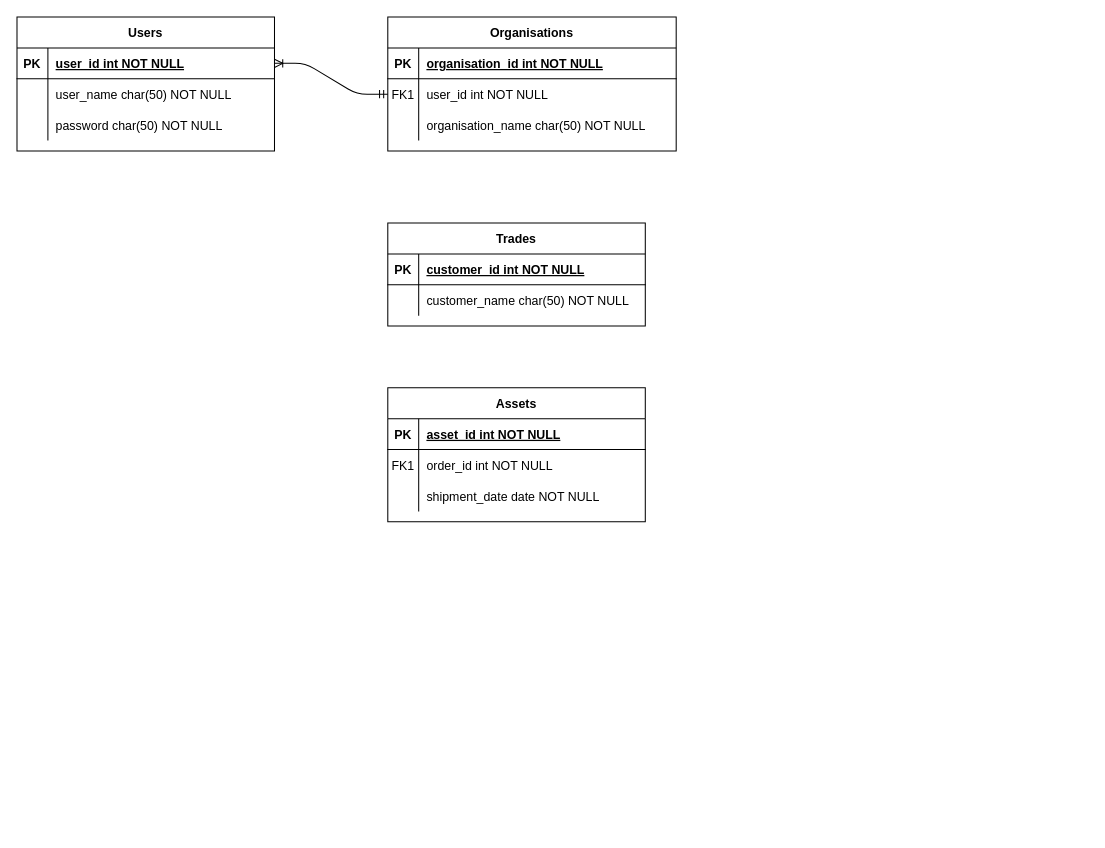
Before: DatabaseDiagram.drawio in Coppertine/CAB302-Assignment, a draw.io diagram. Source tidied: cells renumbered, new cells numbered last; positions are measured from the earlier drawing's top-left corner, leaving out a move shared by most shapes. Both pictures are drawn from the tidied source at 103%, with x=0, y=0 at pixel (16, 16).
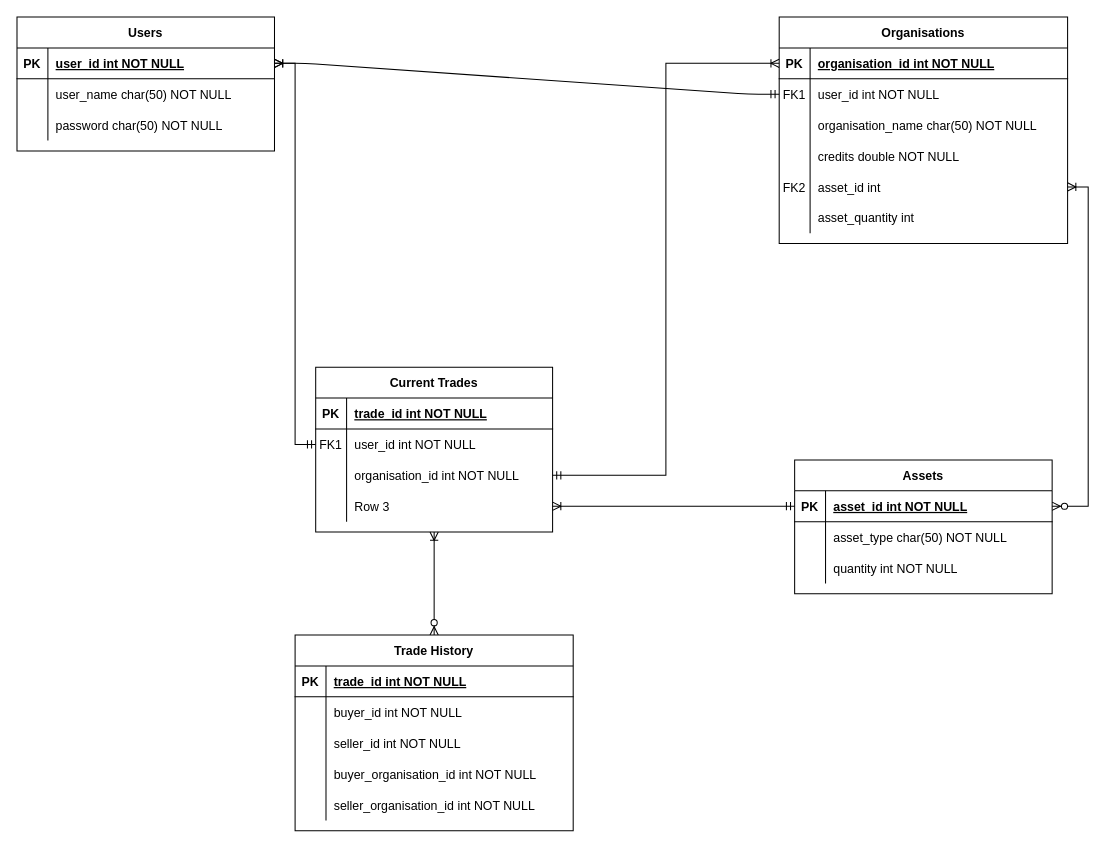
The same diagram, later.

The change refers to these unchanged cells:
```xml
<mxCell id="4" style="shape=partialRectangle;fillColor=none;points=[[0,0.5],[1,0.5]];portConstraint=eastwest;top=0;left=0;right=0;bottom=1;" parent="3" vertex="1">
  <mxGeometry y="30" width="280" height="30" as="geometry" />
</mxCell>
<mxCell id="14" style="shape=partialRectangle;fillColor=none;points=[[0,0.5],[1,0.5]];portConstraint=eastwest;top=0;left=0;right=0;bottom=1;" parent="13" vertex="1">
  <mxGeometry y="30" width="250" height="30" as="geometry" />
</mxCell>
<mxCell id="17" style="shape=partialRectangle;fillColor=none;top=0;left=0;right=0;bottom=0;" parent="13" vertex="1">
  <mxGeometry y="60" width="250" height="30" as="geometry" />
</mxCell>
<mxCell id="20" style="shape=partialRectangle;fillColor=none;top=0;left=0;right=0;bottom=0;" parent="13" vertex="1">
  <mxGeometry y="90" width="250" height="30" as="geometry" />
</mxCell>
<mxCell id="24" style="shape=partialRectangle;fillColor=none;points=[[0,0.5],[1,0.5]];portConstraint=eastwest;top=0;left=0;right=0;bottom=1;" parent="23" vertex="1">
  <mxGeometry y="30" width="250" height="30" as="geometry" />
</mxCell>
```

Change to the diagram source:
```diff
@@
     <mxCell id="3" value="Organisations" style="shape=table;startSize=30;childLayout=tableLayout;rowLines=0;fontStyle=1;align=center;" parent="1" vertex="1">
-      <mxGeometry x="360" width="280" height="130" as="geometry" />
+      <mxGeometry x="740" width="280" height="220" as="geometry" />
     </mxCell>
@@
+    <mxCell id="40" style="shape=partialRectangle;fillColor=none;top=0;left=0;right=0;bottom=0;" parent="3" vertex="1">
+      <mxGeometry y="120" width="280" height="30" as="geometry" />
+    </mxCell>
+    <mxCell id="41" style="shape=partialRectangle;overflow=hidden;fillColor=none;top=0;left=0;bottom=0;right=0;" parent="40" vertex="1">
+      <mxGeometry width="30" height="30" as="geometry" />
+    </mxCell>
+    <mxCell id="42" value="credits double NOT NULL" style="shape=partialRectangle;overflow=hidden;fillColor=none;top=0;left=0;bottom=0;right=0;align=left;spacingLeft=6;" parent="40" vertex="1">
+      <mxGeometry x="30" width="250" height="30" as="geometry" />
+    </mxCell>
+    <mxCell id="43" style="shape=partialRectangle;fillColor=none;points=[[0,0.5],[1,0.5]];portConstraint=eastwest;top=0;left=0;right=0;bottom=0;" parent="3" vertex="1">
+      <mxGeometry y="150" width="280" height="30" as="geometry" />
+    </mxCell>
+    <mxCell id="44" value="FK2" style="shape=partialRectangle;overflow=hidden;fillColor=none;top=0;left=0;bottom=0;right=0;" parent="43" vertex="1">
+      <mxGeometry width="30" height="30" as="geometry" />
+    </mxCell>
+    <mxCell id="45" value="asset_id int" style="shape=partialRectangle;overflow=hidden;fillColor=none;top=0;left=0;bottom=0;right=0;align=left;spacingLeft=6;" parent="43" vertex="1">
+      <mxGeometry x="30" width="250" height="30" as="geometry" />
+    </mxCell>
+    <mxCell id="46" style="shape=partialRectangle;fillColor=none;top=0;left=0;right=0;bottom=0;" parent="3" vertex="1">
+      <mxGeometry y="180" width="280" height="30" as="geometry" />
+    </mxCell>
+    <mxCell id="47" style="shape=partialRectangle;overflow=hidden;fillColor=none;top=0;left=0;bottom=0;right=0;" parent="46" vertex="1">
+      <mxGeometry width="30" height="30" as="geometry" />
+    </mxCell>
+    <mxCell id="48" value="asset_quantity int" style="shape=partialRectangle;overflow=hidden;fillColor=none;top=0;left=0;bottom=0;right=0;align=left;spacingLeft=6;" parent="46" vertex="1">
+      <mxGeometry x="30" width="250" height="30" as="geometry" />
+    </mxCell>
     <mxCell id="13" value="Assets" style="shape=table;startSize=30;childLayout=tableLayout;rowLines=0;fontStyle=1;align=center;" parent="1" vertex="1">
-      <mxGeometry x="360" y="360" width="250" height="130" as="geometry" />
+      <mxGeometry x="755" y="430" width="250" height="130" as="geometry" />
     </mxCell>
@@
-    <mxCell id="18" value="FK1" style="shape=partialRectangle;overflow=hidden;fillColor=none;top=0;left=0;bottom=0;right=0;" parent="17" vertex="1">
+    <mxCell id="18" style="shape=partialRectangle;overflow=hidden;fillColor=none;top=0;left=0;bottom=0;right=0;" parent="17" vertex="1">
       <mxGeometry width="30" height="30" as="geometry" />
     </mxCell>
-    <mxCell id="19" value="order_id int NOT NULL" style="shape=partialRectangle;overflow=hidden;fillColor=none;top=0;left=0;bottom=0;right=0;align=left;spacingLeft=6;" parent="17" vertex="1">
+    <mxCell id="19" value="asset_type char(50) NOT NULL" style="shape=partialRectangle;overflow=hidden;fillColor=none;top=0;left=0;bottom=0;right=0;align=left;spacingLeft=6;" parent="17" vertex="1">
       <mxGeometry x="30" width="220" height="30" as="geometry" />
     </mxCell>
@@
-    <mxCell id="22" value="shipment_date date NOT NULL" style="shape=partialRectangle;overflow=hidden;fillColor=none;top=0;left=0;bottom=0;right=0;align=left;spacingLeft=6;" parent="20" vertex="1">
+    <mxCell id="22" value="quantity int NOT NULL" style="shape=partialRectangle;overflow=hidden;fillColor=none;top=0;left=0;bottom=0;right=0;align=left;spacingLeft=6;" parent="20" vertex="1">
       <mxGeometry x="30" width="220" height="30" as="geometry" />
     </mxCell>
@@
-    <mxCell id="33" value="Trades" style="shape=table;startSize=30;childLayout=tableLayout;rowLines=0;fontStyle=1;align=center;" parent="1" vertex="1">
-      <mxGeometry x="360" y="200" width="250" height="100" as="geometry" />
-    </mxCell>
-    <mxCell id="34" style="shape=partialRectangle;fillColor=none;top=0;left=0;right=0;bottom=1;" parent="33" vertex="1">
-      <mxGeometry y="30" width="250" height="30" as="geometry" />
-    </mxCell>
-    <mxCell id="35" value="PK" style="shape=partialRectangle;overflow=hidden;fillColor=none;top=0;left=0;bottom=0;right=0;fontStyle=1;" parent="34" vertex="1">
-      <mxGeometry width="30" height="30" as="geometry" />
-    </mxCell>
-    <mxCell id="36" value="customer_id int NOT NULL " style="shape=partialRectangle;overflow=hidden;fillColor=none;top=0;left=0;bottom=0;right=0;align=left;spacingLeft=6;fontStyle=5;" parent="34" vertex="1">
-      <mxGeometry x="30" width="220" height="30" as="geometry" />
-    </mxCell>
-    <mxCell id="37" style="shape=partialRectangle;fillColor=none;top=0;left=0;right=0;bottom=0;" parent="33" vertex="1">
-      <mxGeometry y="60" width="250" height="30" as="geometry" />
-    </mxCell>
-    <mxCell id="38" style="shape=partialRectangle;overflow=hidden;fillColor=none;top=0;left=0;bottom=0;right=0;" parent="37" vertex="1">
-      <mxGeometry width="30" height="30" as="geometry" />
-    </mxCell>
-    <mxCell id="39" value="customer_name char(50) NOT NULL" style="shape=partialRectangle;overflow=hidden;fillColor=none;top=0;left=0;bottom=0;right=0;align=left;spacingLeft=6;" parent="37" vertex="1">
-      <mxGeometry x="30" width="220" height="30" as="geometry" />
-    </mxCell>
+    <mxCell id="49" style="edgeStyle=orthogonalEdgeStyle;rounded=0;jettySize=auto;html=1;entryX=0;entryY=0.5;entryDx=0;entryDy=0;startArrow=ERoneToMany;startFill=0;endArrow=ERmandOne;endFill=0;exitX=1;exitY=0.5;exitDx=0;exitDy=0;" parent="1" edge="1" source="62" target="14">
+      <mxGeometry relative="1" as="geometry" />
+    </mxCell>
+    <mxCell id="50" style="edgeStyle=orthogonalEdgeStyle;rounded=0;jettySize=auto;html=1;entryX=0;entryY=0.5;entryDx=0;entryDy=0;startArrow=ERoneToMany;startFill=0;endArrow=ERmandOne;endFill=0;" parent="1" edge="1" source="24" target="56">
+      <mxGeometry relative="1" as="geometry" />
+    </mxCell>
+    <mxCell id="51" style="edgeStyle=orthogonalEdgeStyle;rounded=0;jettySize=auto;html=1;exitX=0.5;exitY=1;exitDx=0;exitDy=0;entryX=0.5;entryY=0;entryDx=0;entryDy=0;startArrow=ERoneToMany;startFill=0;endArrow=ERzeroToMany;endFill=1;" parent="1" edge="1" source="52" target="66">
+      <mxGeometry relative="1" as="geometry" />
+    </mxCell>
+    <mxCell id="52" value="Current Trades" style="shape=table;startSize=30;childLayout=tableLayout;rowLines=0;fontStyle=1;align=center;" parent="1" vertex="1">
+      <mxGeometry x="290" y="340" width="230" height="160" as="geometry" />
+    </mxCell>
+    <mxCell id="53" style="shape=partialRectangle;fillColor=none;top=0;left=0;bottom=1;right=0;" parent="52" vertex="1">
+      <mxGeometry y="30" width="230" height="30" as="geometry" />
+    </mxCell>
+    <mxCell id="54" value="PK" style="shape=partialRectangle;fillColor=none;top=0;left=0;bottom=0;right=0;fontStyle=1;overflow=hidden;" parent="53" vertex="1">
+      <mxGeometry width="30" height="30" as="geometry" />
+    </mxCell>
+    <mxCell id="55" value="trade_id int NOT NULL" style="shape=partialRectangle;fillColor=none;top=0;left=0;bottom=0;right=0;align=left;spacingLeft=6;fontStyle=5;overflow=hidden;" parent="53" vertex="1">
+      <mxGeometry x="30" width="200" height="30" as="geometry" />
+    </mxCell>
+    <mxCell id="56" style="shape=partialRectangle;fillColor=none;top=0;left=0;bottom=0;right=0;points=[[0,0.5],[1,0.5]];portConstraint=eastwest;" parent="52" vertex="1">
+      <mxGeometry y="60" width="230" height="30" as="geometry" />
+    </mxCell>
+    <mxCell id="57" value="FK1" style="shape=partialRectangle;fillColor=none;top=0;left=0;bottom=0;right=0;overflow=hidden;" parent="56" vertex="1">
+      <mxGeometry width="30" height="30" as="geometry" />
+    </mxCell>
+    <mxCell id="58" value="user_id int NOT NULL" style="shape=partialRectangle;fillColor=none;top=0;left=0;bottom=0;right=0;align=left;spacingLeft=6;overflow=hidden;" parent="56" vertex="1">
+      <mxGeometry x="30" width="200" height="30" as="geometry" />
+    </mxCell>
+    <mxCell id="59" style="shape=partialRectangle;fillColor=none;top=0;left=0;bottom=0;right=0;points=[[0,0.5],[1,0.5]];portConstraint=eastwest;" parent="52" vertex="1">
+      <mxGeometry y="90" width="230" height="30" as="geometry" />
+    </mxCell>
+    <mxCell id="60" style="shape=partialRectangle;fillColor=none;top=0;left=0;bottom=0;right=0;overflow=hidden;" parent="59" vertex="1">
+      <mxGeometry width="30" height="30" as="geometry" />
+    </mxCell>
+    <mxCell id="61" value="organisation_id int NOT NULL" style="shape=partialRectangle;fillColor=none;top=0;left=0;bottom=0;right=0;align=left;spacingLeft=6;overflow=hidden;" parent="59" vertex="1">
+      <mxGeometry x="30" width="200" height="30" as="geometry" />
+    </mxCell>
+    <mxCell id="62" style="shape=partialRectangle;fillColor=none;top=0;left=0;bottom=0;right=0;points=[[0,0.5],[1,0.5]];portConstraint=eastwest;" parent="52" vertex="1">
+      <mxGeometry y="120" width="230" height="30" as="geometry" />
+    </mxCell>
+    <mxCell id="63" style="shape=partialRectangle;fillColor=none;top=0;left=0;bottom=0;right=0;overflow=hidden;" parent="62" vertex="1">
+      <mxGeometry width="30" height="30" as="geometry" />
+    </mxCell>
+    <mxCell id="64" value="Row 3" style="shape=partialRectangle;fillColor=none;top=0;left=0;bottom=0;right=0;align=left;spacingLeft=6;overflow=hidden;" parent="62" vertex="1">
+      <mxGeometry x="30" width="200" height="30" as="geometry" />
+    </mxCell>
+    <mxCell id="65" style="edgeStyle=orthogonalEdgeStyle;rounded=0;jettySize=auto;html=1;entryX=1;entryY=0.5;entryDx=0;entryDy=0;startArrow=ERoneToMany;startFill=0;endArrow=ERmandOne;endFill=0;" parent="1" edge="1" source="4" target="59">
+      <mxGeometry relative="1" as="geometry" />
+    </mxCell>
+    <mxCell id="66" value="Trade History" style="shape=table;startSize=30;childLayout=tableLayout;rowLines=0;fontStyle=1;align=center;" parent="1" vertex="1">
+      <mxGeometry x="270" y="600" width="270" height="190" as="geometry" />
+    </mxCell>
+    <mxCell id="67" style="shape=partialRectangle;fillColor=none;top=0;left=0;bottom=1;right=0;" parent="66" vertex="1">
+      <mxGeometry y="30" width="270" height="30" as="geometry" />
+    </mxCell>
+    <mxCell id="68" value="PK" style="shape=partialRectangle;fillColor=none;top=0;left=0;bottom=0;right=0;fontStyle=1;overflow=hidden;" parent="67" vertex="1">
+      <mxGeometry width="30" height="30" as="geometry" />
+    </mxCell>
+    <mxCell id="69" value="trade_id int NOT NULL" style="shape=partialRectangle;fillColor=none;top=0;left=0;bottom=0;right=0;align=left;spacingLeft=6;fontStyle=5;overflow=hidden;" parent="67" vertex="1">
+      <mxGeometry x="30" width="240" height="30" as="geometry" />
+    </mxCell>
+    <mxCell id="70" style="shape=partialRectangle;fillColor=none;top=0;left=0;bottom=0;right=0;" parent="66" vertex="1">
+      <mxGeometry y="60" width="270" height="30" as="geometry" />
+    </mxCell>
+    <mxCell id="71" style="shape=partialRectangle;fillColor=none;top=0;left=0;bottom=0;right=0;overflow=hidden;" parent="70" vertex="1">
+      <mxGeometry width="30" height="30" as="geometry" />
+    </mxCell>
+    <mxCell id="72" value="buyer_id int NOT NULL" style="shape=partialRectangle;fillColor=none;top=0;left=0;bottom=0;right=0;align=left;spacingLeft=6;overflow=hidden;" parent="70" vertex="1">
+      <mxGeometry x="30" width="240" height="30" as="geometry" />
+    </mxCell>
+    <mxCell id="73" style="shape=partialRectangle;fillColor=none;top=0;left=0;bottom=0;right=0;" parent="66" vertex="1">
+      <mxGeometry y="90" width="270" height="30" as="geometry" />
+    </mxCell>
+    <mxCell id="74" style="shape=partialRectangle;fillColor=none;top=0;left=0;bottom=0;right=0;overflow=hidden;" parent="73" vertex="1">
+      <mxGeometry width="30" height="30" as="geometry" />
+    </mxCell>
+    <mxCell id="75" value="seller_id int NOT NULL" style="shape=partialRectangle;fillColor=none;top=0;left=0;bottom=0;right=0;align=left;spacingLeft=6;overflow=hidden;" parent="73" vertex="1">
+      <mxGeometry x="30" width="240" height="30" as="geometry" />
+    </mxCell>
+    <mxCell id="76" style="shape=partialRectangle;fillColor=none;top=0;left=0;bottom=0;right=0;" parent="66" vertex="1">
+      <mxGeometry y="120" width="270" height="30" as="geometry" />
+    </mxCell>
+    <mxCell id="77" style="shape=partialRectangle;fillColor=none;top=0;left=0;bottom=0;right=0;overflow=hidden;" parent="76" vertex="1">
+      <mxGeometry width="30" height="30" as="geometry" />
+    </mxCell>
+    <mxCell id="78" value="buyer_organisation_id int NOT NULL" style="shape=partialRectangle;fillColor=none;top=0;left=0;bottom=0;right=0;align=left;spacingLeft=6;overflow=hidden;" parent="76" vertex="1">
+      <mxGeometry x="30" width="240" height="30" as="geometry" />
+    </mxCell>
+    <mxCell id="79" style="shape=partialRectangle;fillColor=none;top=0;left=0;bottom=0;right=0;" parent="66" vertex="1">
+      <mxGeometry y="150" width="270" height="30" as="geometry" />
+    </mxCell>
+    <mxCell id="80" style="shape=partialRectangle;fillColor=none;top=0;left=0;bottom=0;right=0;overflow=hidden;" parent="79" vertex="1">
+      <mxGeometry width="30" height="30" as="geometry" />
+    </mxCell>
+    <mxCell id="81" value="seller_organisation_id int NOT NULL" style="shape=partialRectangle;fillColor=none;top=0;left=0;bottom=0;right=0;align=left;spacingLeft=6;overflow=hidden;" parent="79" vertex="1">
+      <mxGeometry x="30" width="240" height="30" as="geometry" />
+    </mxCell>
+    <mxCell id="82" style="edgeStyle=orthogonalEdgeStyle;rounded=0;jettySize=auto;html=1;startArrow=ERzeroToMany;startFill=1;endArrow=ERoneToMany;endFill=0;entryX=1;entryY=0.5;entryDx=0;entryDy=0;" parent="1" edge="1" source="14" target="43">
+      <mxGeometry relative="1" as="geometry">
+        <Array as="points">
+          <mxPoint x="1040" y="475" />
+          <mxPoint x="1040" y="165" />
+        </Array>
+      </mxGeometry>
+    </mxCell>
```
